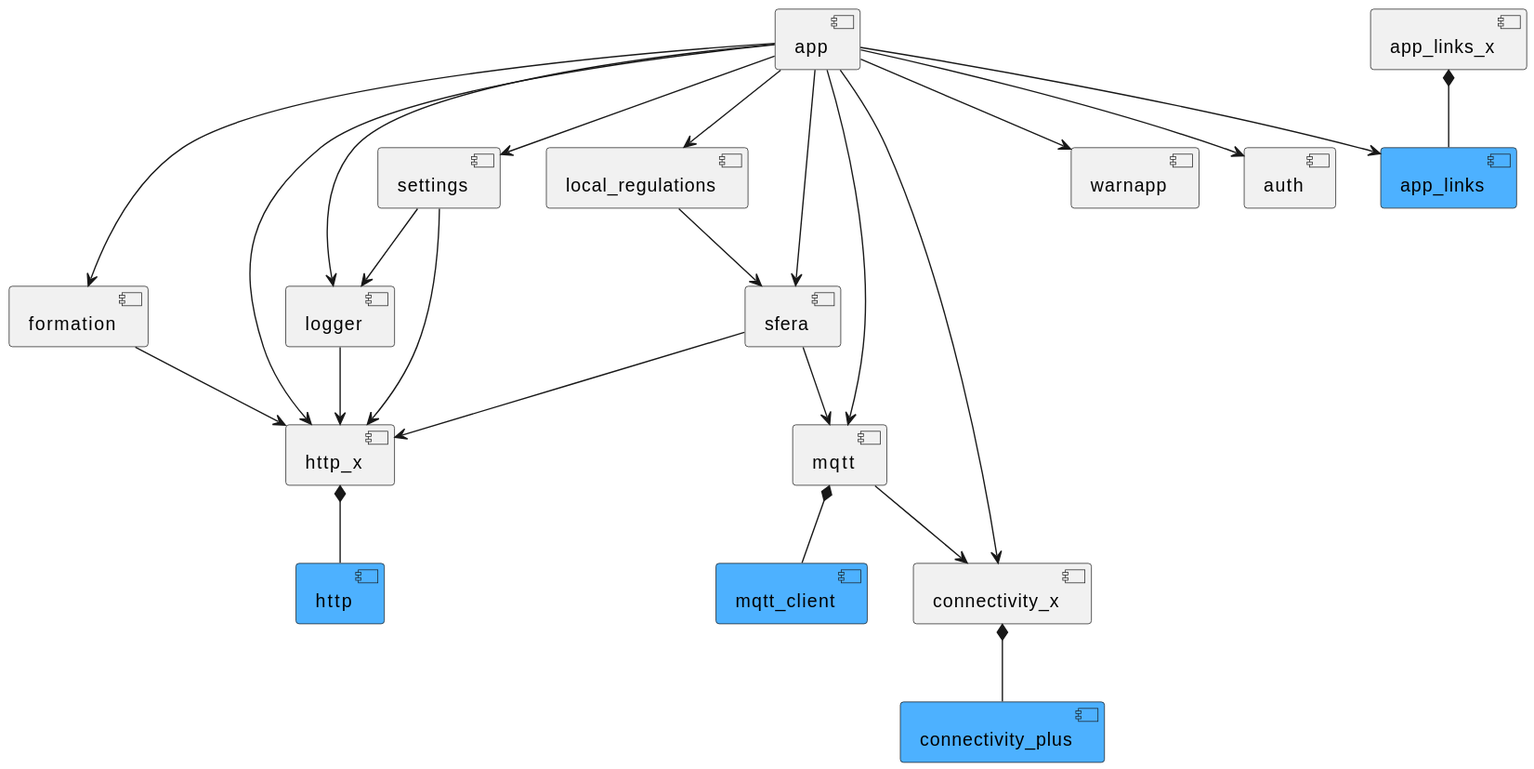
Before: das_client/components.svg, a diagram exported from PlantUML (SchweizerischeBundesbahnen/DAS).
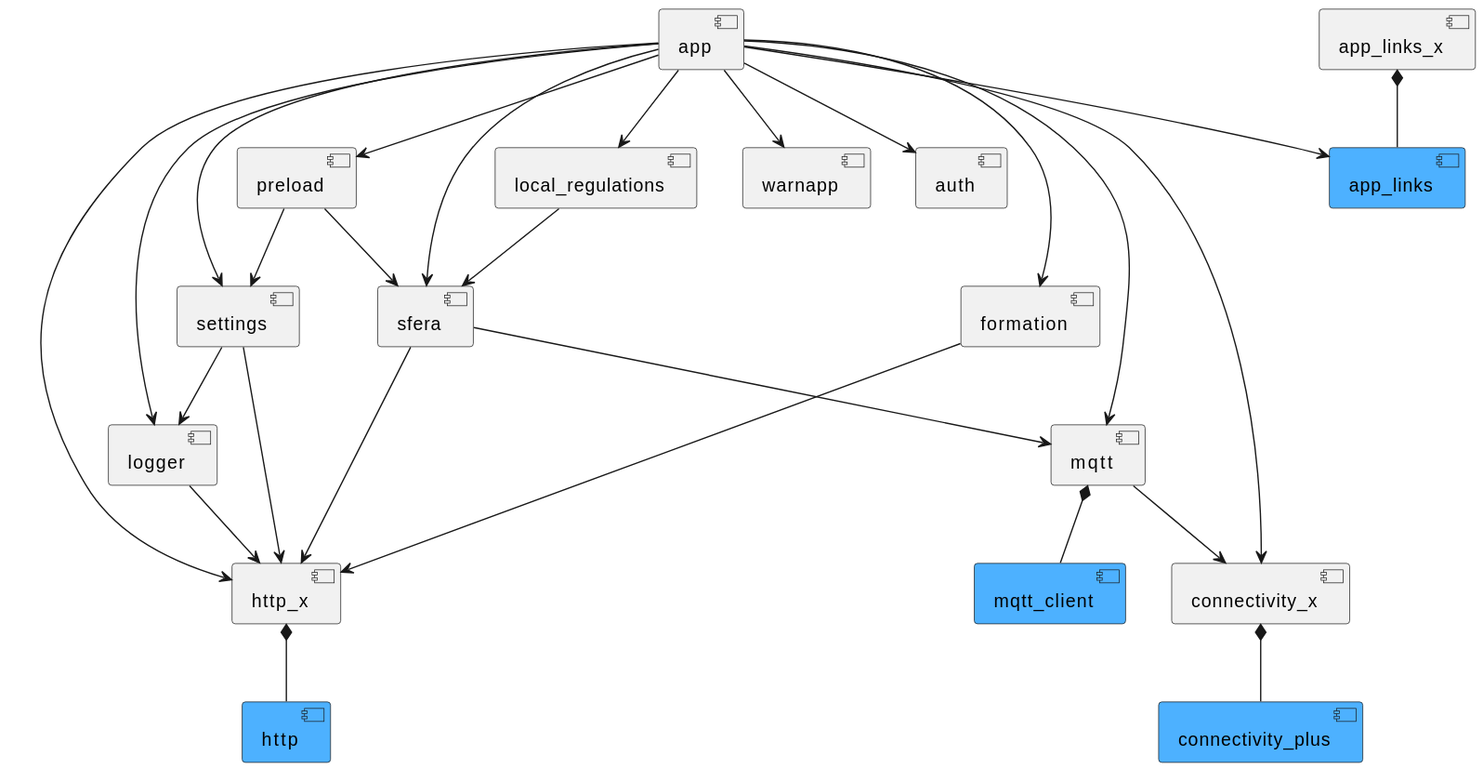
The same file after the commit.

Commit message:
chore: preload docs and auth guard

Change to the diagram source:
```diff
@@ -15,6 +15,7 @@
 component connectivity_plus #4DB1FF
 component app_links #4DB1FF
 component app_links_x
+component preload
 
 app --> auth
 app --> sfera
@@ -27,6 +28,7 @@
 app --> http_x
 app --> formation
 app --> app_links
+app --> preload
 
 settings --> http_x
 settings --> logger
@@ -48,4 +50,7 @@
 connectivity_x *-- connectivity_plus
 
 app_links_x *-- app_links
+
+preload --> settings
+preload --> sfera
 @enduml
```
